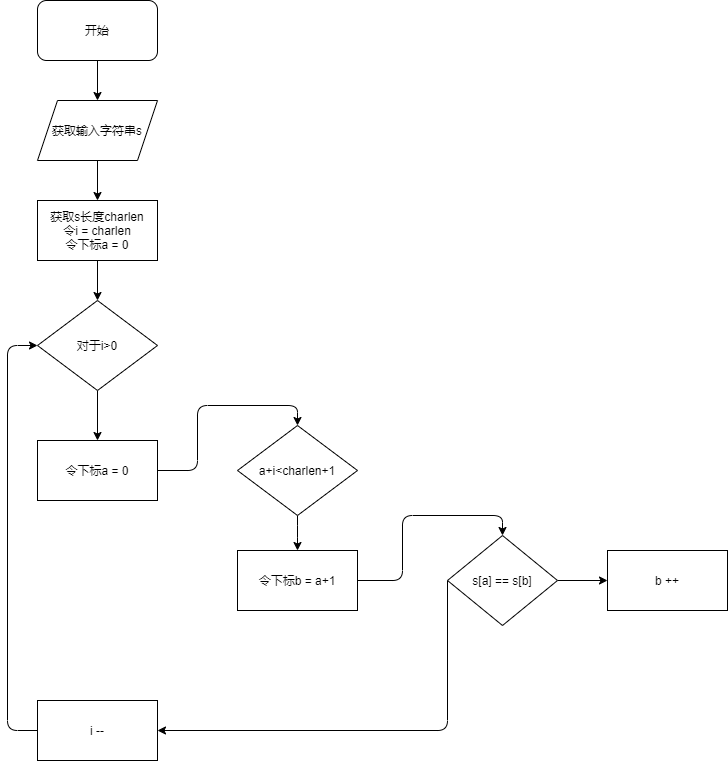
Before: Exp1.png, a diagram exported from draw.io (Syrzy/GITTEST). Source tidied: cells renumbered, new cells last; positions are measured from the earlier drawing's top-left corner, leaving out a move shared by most shapes. The source it was exported from:
```xml
<mxGraphModel>
  <root>
    <mxCell id="0" />
    <mxCell id="1" parent="0" />
    <mxCell id="2" style="edgeStyle=orthogonalEdgeStyle;curved=0;rounded=1;sketch=0;jettySize=auto;html=1;" parent="1" edge="1" source="3" target="5">
      <mxGeometry relative="1" as="geometry" />
    </mxCell>
    <mxCell id="3" value="开始" style="rounded=1;whiteSpace=wrap;html=1;sketch=0;" parent="1" vertex="1">
      <mxGeometry x="30" width="120" height="60" as="geometry" />
    </mxCell>
    <mxCell id="4" style="edgeStyle=orthogonalEdgeStyle;curved=0;rounded=1;sketch=0;jettySize=auto;html=1;" parent="1" edge="1" source="5" target="9">
      <mxGeometry relative="1" as="geometry" />
    </mxCell>
    <mxCell id="5" value="获取输入字符串s" style="shape=parallelogram;perimeter=parallelogramPerimeter;whiteSpace=wrap;html=1;fixedSize=1;rounded=0;sketch=0;" parent="1" vertex="1">
      <mxGeometry x="30" y="100" width="120" height="60" as="geometry" />
    </mxCell>
    <mxCell id="6" style="edgeStyle=orthogonalEdgeStyle;curved=0;rounded=1;sketch=0;jettySize=auto;html=1;" parent="1" edge="1" source="7" target="12">
      <mxGeometry relative="1" as="geometry" />
    </mxCell>
    <mxCell id="7" value="对于i&amp;gt;0" style="rhombus;whiteSpace=wrap;html=1;rounded=0;sketch=0;" parent="1" vertex="1">
      <mxGeometry x="30" y="300" width="120" height="90" as="geometry" />
    </mxCell>
    <mxCell id="8" style="edgeStyle=orthogonalEdgeStyle;curved=0;rounded=1;sketch=0;jettySize=auto;html=1;" parent="1" edge="1" source="9" target="7">
      <mxGeometry relative="1" as="geometry" />
    </mxCell>
    <mxCell id="9" value="获取s长度charlen&lt;br&gt;令i =&amp;nbsp;charlen&lt;br&gt;令下标a = 0" style="rounded=0;whiteSpace=wrap;html=1;sketch=0;" parent="1" vertex="1">
      <mxGeometry x="30" y="200" width="120" height="60" as="geometry" />
    </mxCell>
    <mxCell id="10" style="edgeStyle=orthogonalEdgeStyle;curved=0;rounded=1;sketch=0;orthogonalLoop=1;jettySize=auto;html=1;exitX=0.5;exitY=1;exitDx=0;exitDy=0;" parent="1" edge="1" source="7" target="7">
      <mxGeometry relative="1" as="geometry" />
    </mxCell>
    <mxCell id="11" style="edgeStyle=orthogonalEdgeStyle;curved=0;rounded=1;sketch=0;jettySize=auto;html=1;entryX=0.5;entryY=0;entryDx=0;entryDy=0;" parent="1" edge="1" source="12" target="14">
      <mxGeometry relative="1" as="geometry" />
    </mxCell>
    <mxCell id="12" value="令下标a = 0" style="whiteSpace=wrap;html=1;rounded=0;sketch=0;" parent="1" vertex="1">
      <mxGeometry x="30" y="440" width="120" height="60" as="geometry" />
    </mxCell>
    <mxCell id="13" style="edgeStyle=orthogonalEdgeStyle;curved=0;rounded=1;sketch=0;jettySize=auto;html=1;" parent="1" edge="1" source="14" target="16">
      <mxGeometry relative="1" as="geometry" />
    </mxCell>
    <mxCell id="14" value="a+i&amp;lt;charlen+1" style="rhombus;whiteSpace=wrap;html=1;rounded=0;sketch=0;" parent="1" vertex="1">
      <mxGeometry x="230" y="425" width="120" height="90" as="geometry" />
    </mxCell>
    <mxCell id="15" style="edgeStyle=orthogonalEdgeStyle;curved=0;rounded=1;sketch=0;jettySize=auto;html=1;entryX=0.5;entryY=0;entryDx=0;entryDy=0;" parent="1" edge="1" source="16" target="19">
      <mxGeometry relative="1" as="geometry" />
    </mxCell>
    <mxCell id="16" value="令下标b =&amp;nbsp;a+1" style="whiteSpace=wrap;html=1;rounded=0;sketch=0;" parent="1" vertex="1">
      <mxGeometry x="230" y="550" width="120" height="60" as="geometry" />
    </mxCell>
    <mxCell id="17" style="edgeStyle=orthogonalEdgeStyle;curved=0;rounded=1;sketch=0;jettySize=auto;html=1;" parent="1" edge="1" source="19" target="21">
      <mxGeometry relative="1" as="geometry">
        <Array as="points">
          <mxPoint x="440" y="730" />
        </Array>
      </mxGeometry>
    </mxCell>
    <mxCell id="18" style="edgeStyle=orthogonalEdgeStyle;curved=0;rounded=1;sketch=0;jettySize=auto;html=1;" parent="1" edge="1" source="19" target="22">
      <mxGeometry relative="1" as="geometry" />
    </mxCell>
    <mxCell id="19" value="s[a] == s[b]" style="rhombus;whiteSpace=wrap;html=1;rounded=0;sketch=0;" parent="1" vertex="1">
      <mxGeometry x="440" y="535" width="110" height="90" as="geometry" />
    </mxCell>
    <mxCell id="20" style="edgeStyle=orthogonalEdgeStyle;curved=0;rounded=1;sketch=0;jettySize=auto;html=1;entryX=0;entryY=0.5;entryDx=0;entryDy=0;" parent="1" edge="1" source="21" target="7">
      <mxGeometry relative="1" as="geometry">
        <Array as="points">
          <mxPoint y="730" />
          <mxPoint y="345" />
        </Array>
      </mxGeometry>
    </mxCell>
    <mxCell id="21" value="i --" style="rounded=0;whiteSpace=wrap;html=1;sketch=0;" parent="1" vertex="1">
      <mxGeometry x="30" y="700" width="120" height="60" as="geometry" />
    </mxCell>
    <mxCell id="22" value="b ++" style="whiteSpace=wrap;html=1;rounded=0;sketch=0;" parent="1" vertex="1">
      <mxGeometry x="600" y="550" width="120" height="60" as="geometry" />
    </mxCell>
  </root>
</mxGraphModel>
```
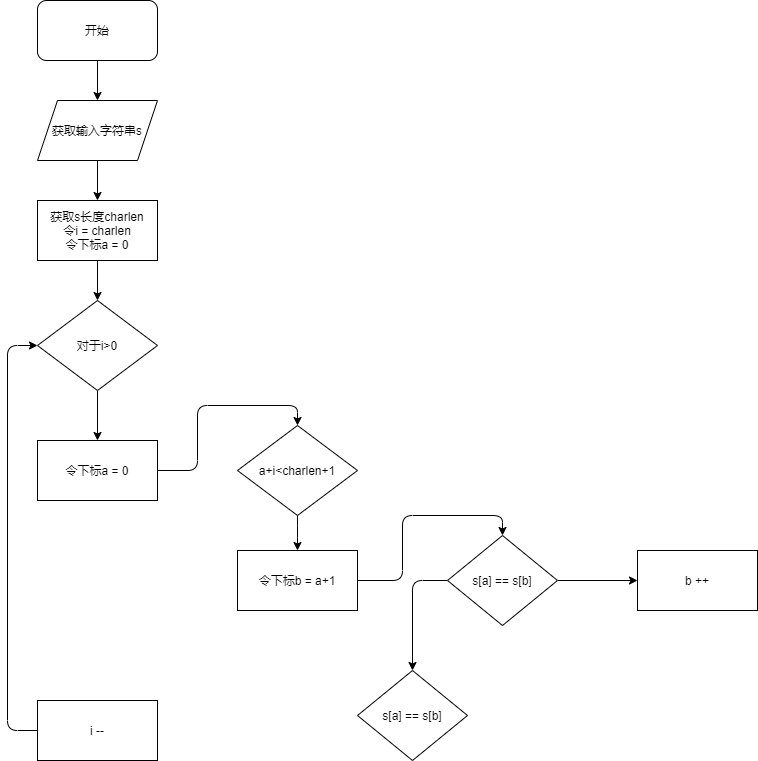
Above is the later version.

Change to the diagram source:
```diff
@@ -47,16 +47,18 @@
     <mxCell id="16" value="令下标b =&amp;nbsp;a+1" style="whiteSpace=wrap;html=1;rounded=0;sketch=0;" parent="1" vertex="1">
       <mxGeometry x="230" y="550" width="120" height="60" as="geometry" />
     </mxCell>
-    <mxCell id="17" style="edgeStyle=orthogonalEdgeStyle;curved=0;rounded=1;sketch=0;jettySize=auto;html=1;" parent="1" edge="1" source="19" target="21">
-      <mxGeometry relative="1" as="geometry">
-        <Array as="points">
-          <mxPoint x="440" y="730" />
-        </Array>
-      </mxGeometry>
-    </mxCell>
-    <mxCell id="18" style="edgeStyle=orthogonalEdgeStyle;curved=0;rounded=1;sketch=0;jettySize=auto;html=1;" parent="1" edge="1" source="19" target="22">
-      <mxGeometry relative="1" as="geometry" />
-    </mxCell>
+    <mxCell id="23" style="edgeStyle=orthogonalEdgeStyle;curved=0;rounded=1;sketch=0;jettySize=auto;html=1;" parent="1" edge="1" source="19">
+      <mxGeometry relative="1" as="geometry">
+        <mxPoint x="630" y="580" as="targetPoint" />
+      </mxGeometry>
+    </mxCell>
+    <mxCell id="24" style="edgeStyle=orthogonalEdgeStyle;curved=0;rounded=1;sketch=0;jettySize=auto;html=1;entryX=0.5;entryY=0;entryDx=0;entryDy=0;" parent="1" edge="1" source="19" target="25">
+      <mxGeometry relative="1" as="geometry">
+        <Array as="points">
+          <mxPoint x="405" y="580" />
+        </Array>
+      </mxGeometry>
+    </mxCell>
     <mxCell id="19" value="s[a] == s[b]" style="rhombus;whiteSpace=wrap;html=1;rounded=0;sketch=0;" parent="1" vertex="1">
       <mxGeometry x="440" y="535" width="110" height="90" as="geometry" />
     </mxCell>
@@ -72,7 +74,10 @@
       <mxGeometry x="30" y="700" width="120" height="60" as="geometry" />
     </mxCell>
     <mxCell id="22" value="b ++" style="whiteSpace=wrap;html=1;rounded=0;sketch=0;" parent="1" vertex="1">
-      <mxGeometry x="600" y="550" width="120" height="60" as="geometry" />
+      <mxGeometry x="630" y="550" width="120" height="60" as="geometry" />
     </mxCell>
+    <mxCell id="25" value="s[a] == s[b]" style="rhombus;whiteSpace=wrap;html=1;rounded=0;sketch=0;" parent="1" vertex="1">
+      <mxGeometry x="350" y="670" width="110" height="90" as="geometry" />
+    </mxCell>
   </root>
 </mxGraphModel>
```
